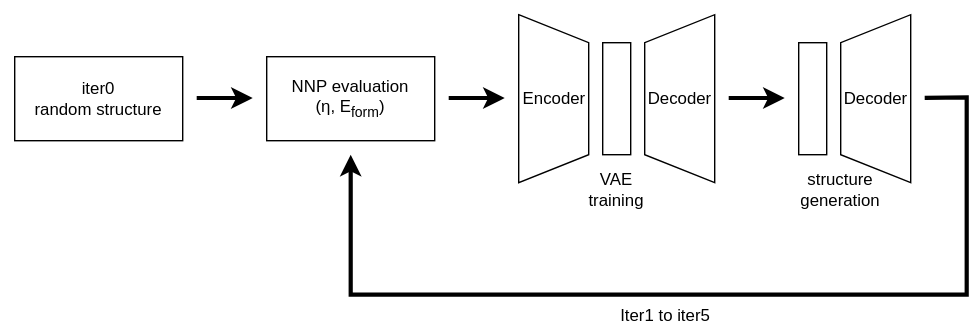
Earlier version of the draw.io export paper/fig/workflow.svg (ishikawa-group/orr-vae). Source tidied: cells renumbered, new cells last; positions are measured from the earlier drawing's top-left corner, leaving out a move shared by most shapes. Source of this version:
```xml
<mxGraphModel>
  <root>
    <mxCell id="0" />
    <mxCell id="1" parent="0" />
    <mxCell id="2" style="rounded=0;whiteSpace=wrap;html=1;strokeColor=none;" parent="1" vertex="1">
      <mxGeometry width="700" height="240" as="geometry" />
    </mxCell>
    <mxCell id="3" value="&amp;nbsp;Encoder" style="shape=trapezoid;perimeter=trapezoidPerimeter;whiteSpace=wrap;html=1;fixedSize=1;direction=south;align=right;" parent="1" vertex="1">
      <mxGeometry x="370" y="10" width="50" height="120" as="geometry" />
    </mxCell>
    <mxCell id="4" style="rounded=0;whiteSpace=wrap;html=1;direction=south;" parent="1" vertex="1">
      <mxGeometry x="430" y="30" width="20" height="80" as="geometry" />
    </mxCell>
    <mxCell id="5" value="&amp;nbsp;Decoder" style="shape=trapezoid;perimeter=trapezoidPerimeter;whiteSpace=wrap;html=1;fixedSize=1;direction=north;align=right;" parent="1" vertex="1">
      <mxGeometry x="460" y="10" width="50" height="120" as="geometry" />
    </mxCell>
    <mxCell id="6" value="iter0&lt;div&gt;random structure&lt;/div&gt;" style="rounded=0;whiteSpace=wrap;html=1;" parent="1" vertex="1">
      <mxGeometry x="10" y="40" width="120" height="60" as="geometry" />
    </mxCell>
    <mxCell id="7" value="NNP&amp;nbsp;evaluation&lt;div&gt;(η, E&lt;sub&gt;form&lt;/sub&gt;)&lt;/div&gt;" style="rounded=0;whiteSpace=wrap;html=1;" parent="1" vertex="1">
      <mxGeometry x="190" y="40" width="120" height="60" as="geometry" />
    </mxCell>
    <mxCell id="8" style="endArrow=classic;html=1;strokeWidth=3;" parent="1" edge="1">
      <mxGeometry relative="1" as="geometry">
        <mxPoint x="140" y="69.5" as="sourcePoint" />
        <mxPoint x="180" y="69.5" as="targetPoint" />
      </mxGeometry>
    </mxCell>
    <mxCell id="9" style="endArrow=classic;html=1;strokeWidth=3;" parent="1" edge="1">
      <mxGeometry relative="1" as="geometry">
        <mxPoint x="320" y="69.5" as="sourcePoint" />
        <mxPoint x="360" y="69.5" as="targetPoint" />
      </mxGeometry>
    </mxCell>
    <mxCell id="10" value="VAE training" style="text;html=1;align=center;verticalAlign=middle;whiteSpace=wrap;rounded=0;" parent="1" vertex="1">
      <mxGeometry x="410" y="120" width="60" height="30" as="geometry" />
    </mxCell>
    <mxCell id="11" style="endArrow=classic;html=1;strokeWidth=3;" parent="1" edge="1">
      <mxGeometry relative="1" as="geometry">
        <mxPoint x="520" y="69.5" as="sourcePoint" />
        <mxPoint x="560" y="69.5" as="targetPoint" />
      </mxGeometry>
    </mxCell>
    <mxCell id="12" style="rounded=0;whiteSpace=wrap;html=1;direction=south;" parent="1" vertex="1">
      <mxGeometry x="570" y="30" width="20" height="80" as="geometry" />
    </mxCell>
    <mxCell id="13" value="&amp;nbsp;Decoder" style="shape=trapezoid;perimeter=trapezoidPerimeter;whiteSpace=wrap;html=1;fixedSize=1;direction=north;align=right;" parent="1" vertex="1">
      <mxGeometry x="600" y="10" width="50" height="120" as="geometry" />
    </mxCell>
    <mxCell id="14" value="structure generation" style="text;html=1;align=center;verticalAlign=middle;whiteSpace=wrap;rounded=0;" parent="1" vertex="1">
      <mxGeometry x="570" y="120" width="60" height="30" as="geometry" />
    </mxCell>
    <mxCell id="15" style="endArrow=classic;html=1;strokeWidth=3;rounded=0;curved=0;" parent="1" edge="1">
      <mxGeometry relative="1" as="geometry">
        <mxPoint x="660" y="69.4" as="sourcePoint" />
        <mxPoint x="250" y="110" as="targetPoint" />
        <Array as="points">
          <mxPoint x="690" y="69" />
          <mxPoint x="690" y="210" />
          <mxPoint x="250" y="210" />
        </Array>
      </mxGeometry>
    </mxCell>
    <mxCell id="16" value="Iter1 to iter5" style="text;html=1;align=center;verticalAlign=middle;whiteSpace=wrap;rounded=0;" parent="1" vertex="1">
      <mxGeometry x="430" y="210" width="90" height="30" as="geometry" />
    </mxCell>
  </root>
</mxGraphModel>
```
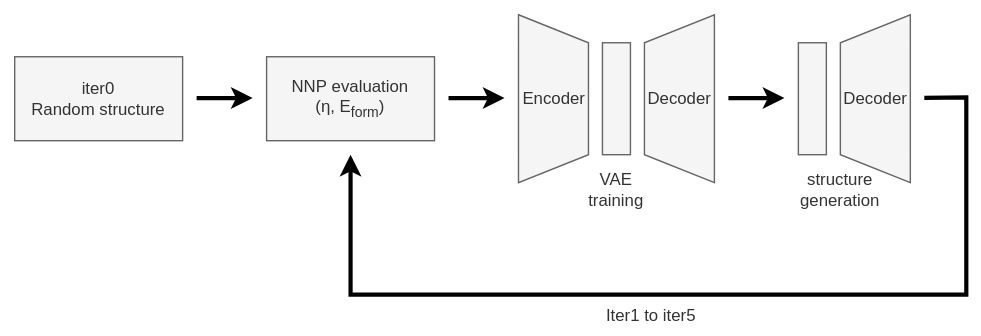
The same diagram one commit later.

Change to the diagram source:
```diff
@@ -2,55 +2,55 @@
   <root>
     <mxCell id="0" />
     <mxCell id="1" parent="0" />
-    <mxCell id="2" style="rounded=0;whiteSpace=wrap;html=1;strokeColor=none;" parent="1" vertex="1">
+    <mxCell id="2" style="rounded=0;whiteSpace=wrap;html=1;strokeColor=none;fillColor=default;fontColor=#333333;" parent="1" vertex="1">
       <mxGeometry width="700" height="240" as="geometry" />
     </mxCell>
-    <mxCell id="3" value="&amp;nbsp;Encoder" style="shape=trapezoid;perimeter=trapezoidPerimeter;whiteSpace=wrap;html=1;fixedSize=1;direction=south;align=right;" parent="1" vertex="1">
+    <mxCell id="3" value="&amp;nbsp;Encoder" style="shape=trapezoid;perimeter=trapezoidPerimeter;whiteSpace=wrap;html=1;fixedSize=1;direction=south;align=right;fillColor=#f5f5f5;fontColor=#333333;strokeColor=#666666;" parent="1" vertex="1">
       <mxGeometry x="370" y="10" width="50" height="120" as="geometry" />
     </mxCell>
-    <mxCell id="4" style="rounded=0;whiteSpace=wrap;html=1;direction=south;" parent="1" vertex="1">
+    <mxCell id="4" style="rounded=0;whiteSpace=wrap;html=1;direction=south;fillColor=#f5f5f5;fontColor=#333333;strokeColor=#666666;" parent="1" vertex="1">
       <mxGeometry x="430" y="30" width="20" height="80" as="geometry" />
     </mxCell>
-    <mxCell id="5" value="&amp;nbsp;Decoder" style="shape=trapezoid;perimeter=trapezoidPerimeter;whiteSpace=wrap;html=1;fixedSize=1;direction=north;align=right;" parent="1" vertex="1">
+    <mxCell id="5" value="&amp;nbsp;Decoder" style="shape=trapezoid;perimeter=trapezoidPerimeter;whiteSpace=wrap;html=1;fixedSize=1;direction=north;align=right;fillColor=#f5f5f5;fontColor=#333333;strokeColor=#666666;" parent="1" vertex="1">
       <mxGeometry x="460" y="10" width="50" height="120" as="geometry" />
     </mxCell>
-    <mxCell id="6" value="iter0&lt;div&gt;random structure&lt;/div&gt;" style="rounded=0;whiteSpace=wrap;html=1;" parent="1" vertex="1">
+    <mxCell id="6" value="iter0&lt;div&gt;Random structure&lt;/div&gt;" style="rounded=0;whiteSpace=wrap;html=1;fillColor=#f5f5f5;fontColor=#333333;strokeColor=#666666;" parent="1" vertex="1">
       <mxGeometry x="10" y="40" width="120" height="60" as="geometry" />
     </mxCell>
-    <mxCell id="7" value="NNP&amp;nbsp;evaluation&lt;div&gt;(η, E&lt;sub&gt;form&lt;/sub&gt;)&lt;/div&gt;" style="rounded=0;whiteSpace=wrap;html=1;" parent="1" vertex="1">
+    <mxCell id="7" value="NNP&amp;nbsp;evaluation&lt;div&gt;(η, E&lt;sub&gt;form&lt;/sub&gt;)&lt;/div&gt;" style="rounded=0;whiteSpace=wrap;html=1;fillColor=#f5f5f5;fontColor=#333333;strokeColor=#666666;" parent="1" vertex="1">
       <mxGeometry x="190" y="40" width="120" height="60" as="geometry" />
     </mxCell>
-    <mxCell id="8" style="endArrow=classic;html=1;strokeWidth=3;" parent="1" edge="1">
+    <mxCell id="8" style="endArrow=classic;html=1;strokeWidth=3;fillColor=#f5f5f5;strokeColor=#000000;" parent="1" edge="1">
       <mxGeometry relative="1" as="geometry">
         <mxPoint x="140" y="69.5" as="sourcePoint" />
         <mxPoint x="180" y="69.5" as="targetPoint" />
       </mxGeometry>
     </mxCell>
-    <mxCell id="9" style="endArrow=classic;html=1;strokeWidth=3;" parent="1" edge="1">
+    <mxCell id="9" style="endArrow=classic;html=1;strokeWidth=3;fillColor=#f5f5f5;strokeColor=#000000;" parent="1" edge="1">
       <mxGeometry relative="1" as="geometry">
         <mxPoint x="320" y="69.5" as="sourcePoint" />
         <mxPoint x="360" y="69.5" as="targetPoint" />
       </mxGeometry>
     </mxCell>
-    <mxCell id="10" value="VAE training" style="text;html=1;align=center;verticalAlign=middle;whiteSpace=wrap;rounded=0;" parent="1" vertex="1">
+    <mxCell id="10" value="VAE training" style="text;html=1;align=center;verticalAlign=middle;whiteSpace=wrap;rounded=0;fillColor=none;fontColor=#333333;strokeColor=none;" parent="1" vertex="1">
       <mxGeometry x="410" y="120" width="60" height="30" as="geometry" />
     </mxCell>
-    <mxCell id="11" style="endArrow=classic;html=1;strokeWidth=3;" parent="1" edge="1">
+    <mxCell id="11" style="endArrow=classic;html=1;strokeWidth=3;fillColor=#f5f5f5;strokeColor=#000000;" parent="1" edge="1">
       <mxGeometry relative="1" as="geometry">
         <mxPoint x="520" y="69.5" as="sourcePoint" />
         <mxPoint x="560" y="69.5" as="targetPoint" />
       </mxGeometry>
     </mxCell>
-    <mxCell id="12" style="rounded=0;whiteSpace=wrap;html=1;direction=south;" parent="1" vertex="1">
+    <mxCell id="12" style="rounded=0;whiteSpace=wrap;html=1;direction=south;fillColor=#f5f5f5;fontColor=#333333;strokeColor=#666666;" parent="1" vertex="1">
       <mxGeometry x="570" y="30" width="20" height="80" as="geometry" />
     </mxCell>
-    <mxCell id="13" value="&amp;nbsp;Decoder" style="shape=trapezoid;perimeter=trapezoidPerimeter;whiteSpace=wrap;html=1;fixedSize=1;direction=north;align=right;" parent="1" vertex="1">
+    <mxCell id="13" value="&amp;nbsp;Decoder" style="shape=trapezoid;perimeter=trapezoidPerimeter;whiteSpace=wrap;html=1;fixedSize=1;direction=north;align=right;fillColor=#f5f5f5;fontColor=#333333;strokeColor=#666666;" parent="1" vertex="1">
       <mxGeometry x="600" y="10" width="50" height="120" as="geometry" />
     </mxCell>
-    <mxCell id="14" value="structure generation" style="text;html=1;align=center;verticalAlign=middle;whiteSpace=wrap;rounded=0;" parent="1" vertex="1">
+    <mxCell id="14" value="structure generation" style="text;html=1;align=center;verticalAlign=middle;whiteSpace=wrap;rounded=0;fillColor=none;fontColor=#333333;strokeColor=none;" parent="1" vertex="1">
       <mxGeometry x="570" y="120" width="60" height="30" as="geometry" />
     </mxCell>
-    <mxCell id="15" style="endArrow=classic;html=1;strokeWidth=3;rounded=0;curved=0;" parent="1" edge="1">
+    <mxCell id="15" style="endArrow=classic;html=1;strokeWidth=3;rounded=0;curved=0;fillColor=#f5f5f5;strokeColor=#000000;" parent="1" edge="1">
       <mxGeometry relative="1" as="geometry">
         <mxPoint x="660" y="69.4" as="sourcePoint" />
         <mxPoint x="250" y="110" as="targetPoint" />
@@ -61,8 +61,8 @@
         </Array>
       </mxGeometry>
     </mxCell>
-    <mxCell id="16" value="Iter1 to iter5" style="text;html=1;align=center;verticalAlign=middle;whiteSpace=wrap;rounded=0;" parent="1" vertex="1">
-      <mxGeometry x="430" y="210" width="90" height="30" as="geometry" />
+    <mxCell id="16" value="Iter1 to iter5" style="text;html=1;align=center;verticalAlign=middle;whiteSpace=wrap;rounded=0;fillColor=none;fontColor=#333333;strokeColor=none;" parent="1" vertex="1">
+      <mxGeometry x="420" y="210" width="90" height="30" as="geometry" />
     </mxCell>
   </root>
 </mxGraphModel>
```
